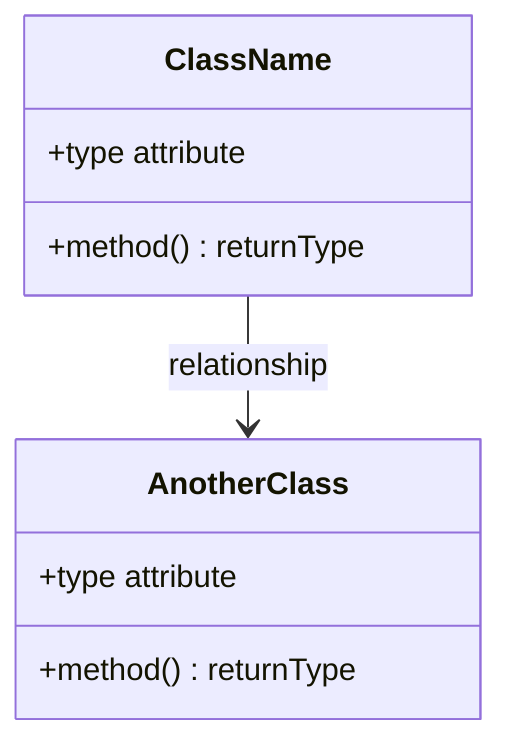
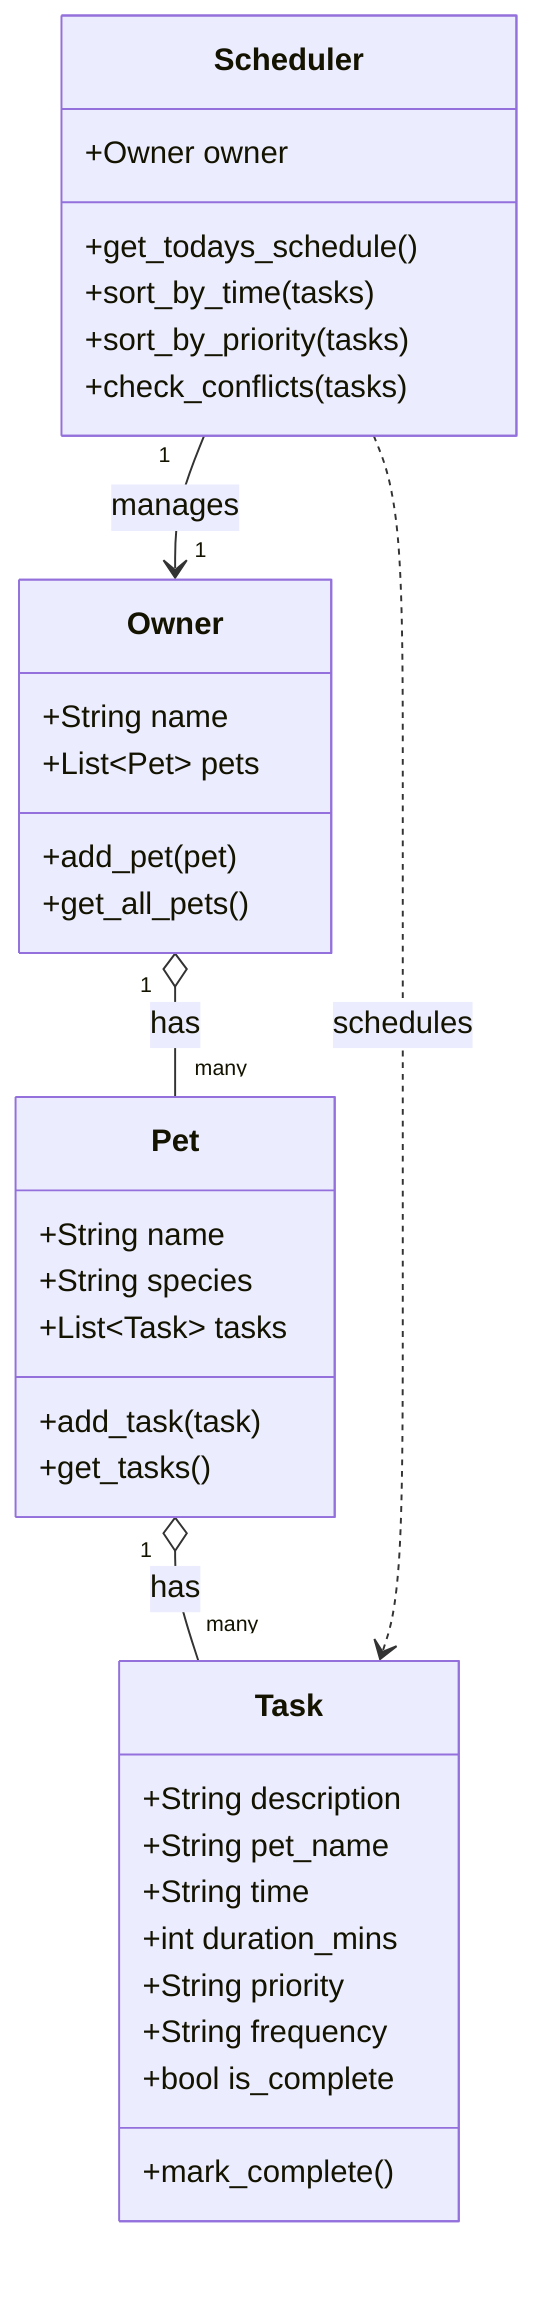
classDiagram
-     %% Replace the placeholders below with your actual classes, attributes, methods, and relationships.
-     %% Keep this file updated so it matches your final implementation.
- 
-     class ClassName {
-         +type attribute
-         +method() returnType
+     class Task {
+         +String description
+         +String pet_name
+         +String time
+         +int duration_mins
+         +String priority
+         +String frequency
+         +bool is_complete
+         +mark_complete()
    }

-     class AnotherClass {
-         +type attribute
-         +method() returnType
+     class Pet {
+         +String name
+         +String species
+         +List~Task~ tasks
+         +add_task(task)
+         +get_tasks()
    }

-     ClassName --> AnotherClass : relationship
+     class Owner {
+         +String name
+         +List~Pet~ pets
+         +add_pet(pet)
+         +get_all_pets()
+     }
+ 
+     class Scheduler {
+         +Owner owner
+         +get_todays_schedule()
+         +sort_by_time(tasks)
+         +sort_by_priority(tasks)
+         +check_conflicts(tasks)
+     }
+ 
+     Owner "1" o-- "many" Pet : has
+     Pet "1" o-- "many" Task : has
+     Scheduler "1" --> "1" Owner : manages
+     Scheduler ..> Task : schedules
